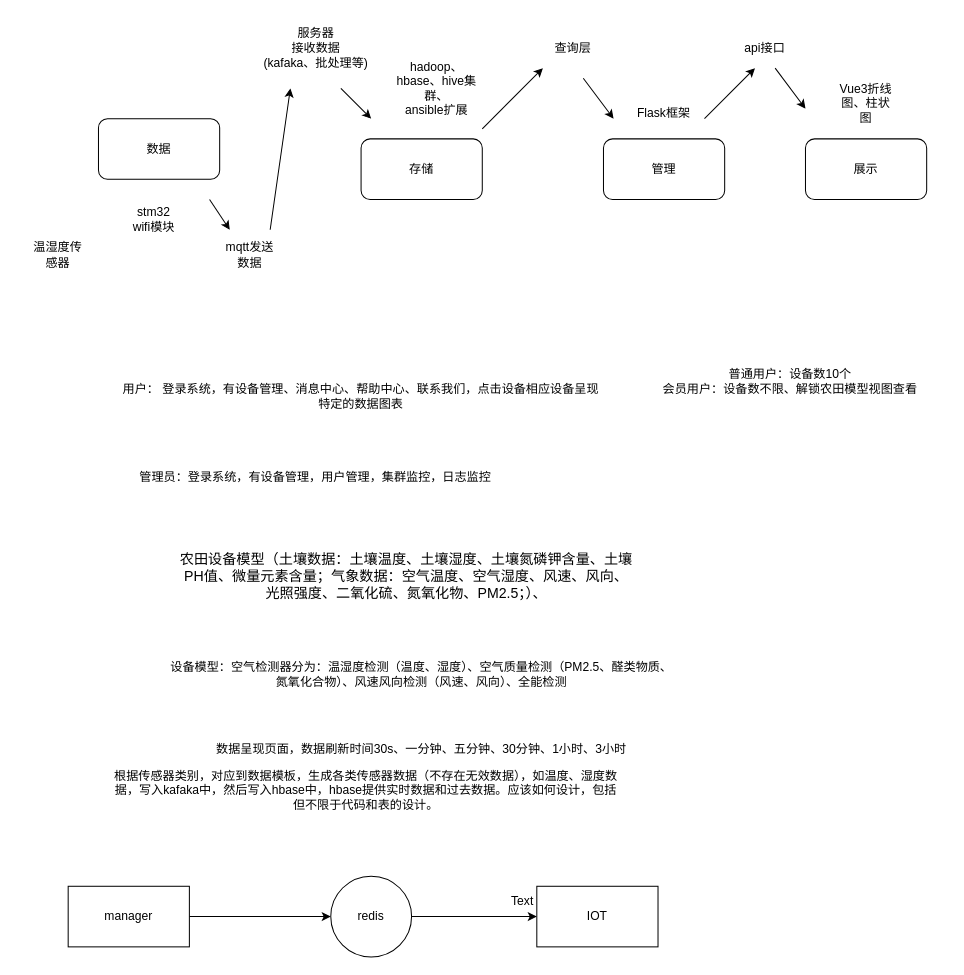
Before: NexusScale.drawio in HarmmerRay/NexusScale-Manage, a draw.io diagram. Source tidied: cells renumbered, new cells numbered last; positions are measured from the earlier drawing's top-left corner, leaving out a move shared by most shapes. Both pictures are drawn from the tidied source at 101%, with x=0, y=0 at pixel (27, 17).
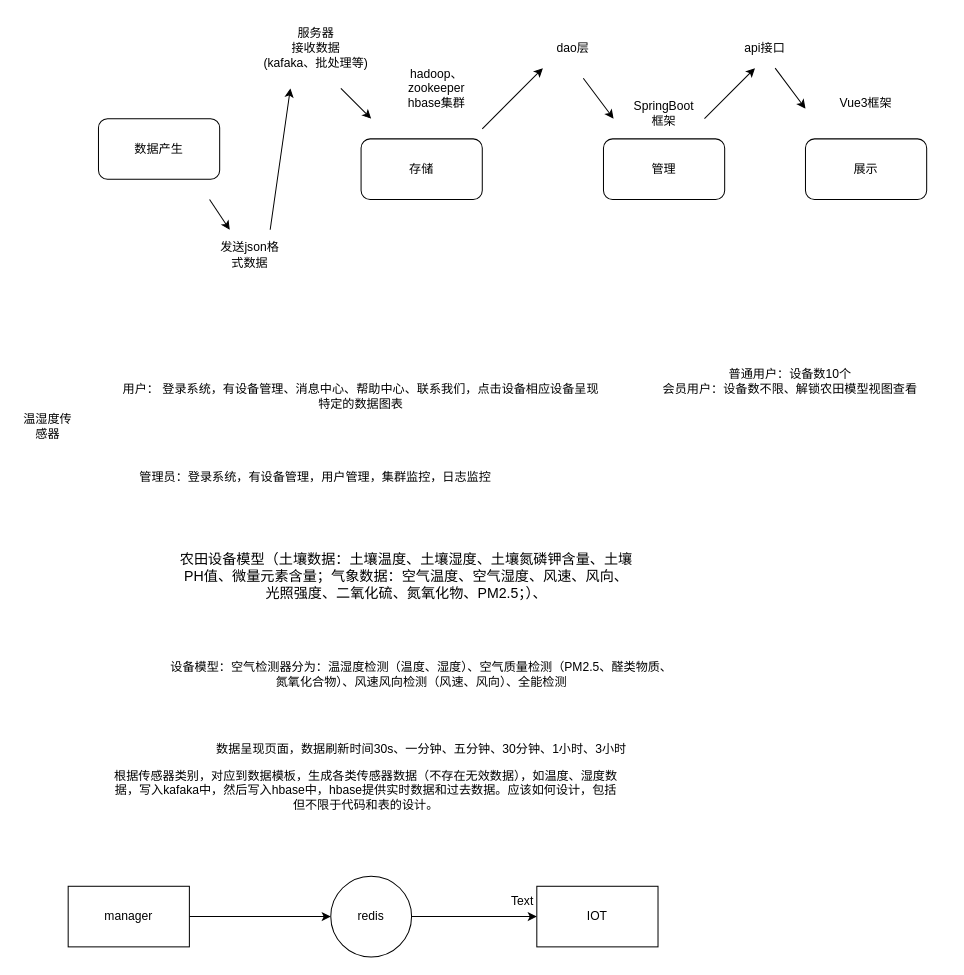
Above is the later version.

What changed in the source:
```diff
@@
-    <mxCell id="2" value="数据" style="rounded=1;whiteSpace=wrap;html=1;" parent="1" vertex="1">
+    <mxCell id="2" value="数据产生" style="rounded=1;whiteSpace=wrap;html=1;" parent="1" vertex="1">
       <mxGeometry x="70" y="100" width="120" height="60" as="geometry" />
     </mxCell>
@@
     <mxCell id="6" value="温湿度传感器" style="text;html=1;align=center;verticalAlign=middle;whiteSpace=wrap;rounded=0;" parent="1" vertex="1">
-      <mxGeometry y="220" width="60" height="30" as="geometry" />
+      <mxGeometry x="-10" y="390" width="60" height="30" as="geometry" />
     </mxCell>
-    <mxCell id="7" value="stm32&lt;br&gt;wifi模块" style="text;html=1;align=center;verticalAlign=middle;whiteSpace=wrap;rounded=0;" parent="1" vertex="1">
-      <mxGeometry x="90" y="180" width="70" height="40" as="geometry" />
-    </mxCell>
-    <mxCell id="8" value="mqtt发送数据" style="text;html=1;align=center;verticalAlign=middle;whiteSpace=wrap;rounded=0;" parent="1" vertex="1">
+    <mxCell id="8" value="发送json格式数据" style="text;html=1;align=center;verticalAlign=middle;whiteSpace=wrap;rounded=0;" parent="1" vertex="1">
       <mxGeometry x="190" y="220" width="60" height="30" as="geometry" />
     </mxCell>
@@
-    <mxCell id="10" value="hadoop、&lt;div&gt;hbase、hive集群、&lt;/div&gt;&lt;div&gt;ansible扩展&lt;/div&gt;" style="text;html=1;align=center;verticalAlign=middle;whiteSpace=wrap;rounded=0;" parent="1" vertex="1">
+    <mxCell id="10" value="hadoop、zookeeper&lt;div&gt;hbase集群&lt;/div&gt;" style="text;html=1;align=center;verticalAlign=middle;whiteSpace=wrap;rounded=0;" parent="1" vertex="1">
       <mxGeometry x="360" y="30" width="90" height="80" as="geometry" />
     </mxCell>
-    <mxCell id="11" value="查询层" style="text;html=1;align=center;verticalAlign=middle;whiteSpace=wrap;rounded=0;" parent="1" vertex="1">
+    <mxCell id="11" value="dao层" style="text;html=1;align=center;verticalAlign=middle;whiteSpace=wrap;rounded=0;" parent="1" vertex="1">
       <mxGeometry x="510" y="15" width="60" height="30" as="geometry" />
     </mxCell>
-    <mxCell id="12" value="Flask框架" style="text;html=1;align=center;verticalAlign=middle;whiteSpace=wrap;rounded=0;" parent="1" vertex="1">
+    <mxCell id="12" value="SpringBoot框架" style="text;html=1;align=center;verticalAlign=middle;whiteSpace=wrap;rounded=0;" parent="1" vertex="1">
       <mxGeometry x="600" y="80" width="60" height="30" as="geometry" />
     </mxCell>
-    <mxCell id="13" value="Vue3折线图、柱状图" style="text;html=1;align=center;verticalAlign=middle;whiteSpace=wrap;rounded=0;" parent="1" vertex="1">
+    <mxCell id="13" value="Vue3框架" style="text;html=1;align=center;verticalAlign=middle;whiteSpace=wrap;rounded=0;" parent="1" vertex="1">
       <mxGeometry x="800" y="70" width="60" height="30" as="geometry" />
     </mxCell>
```
